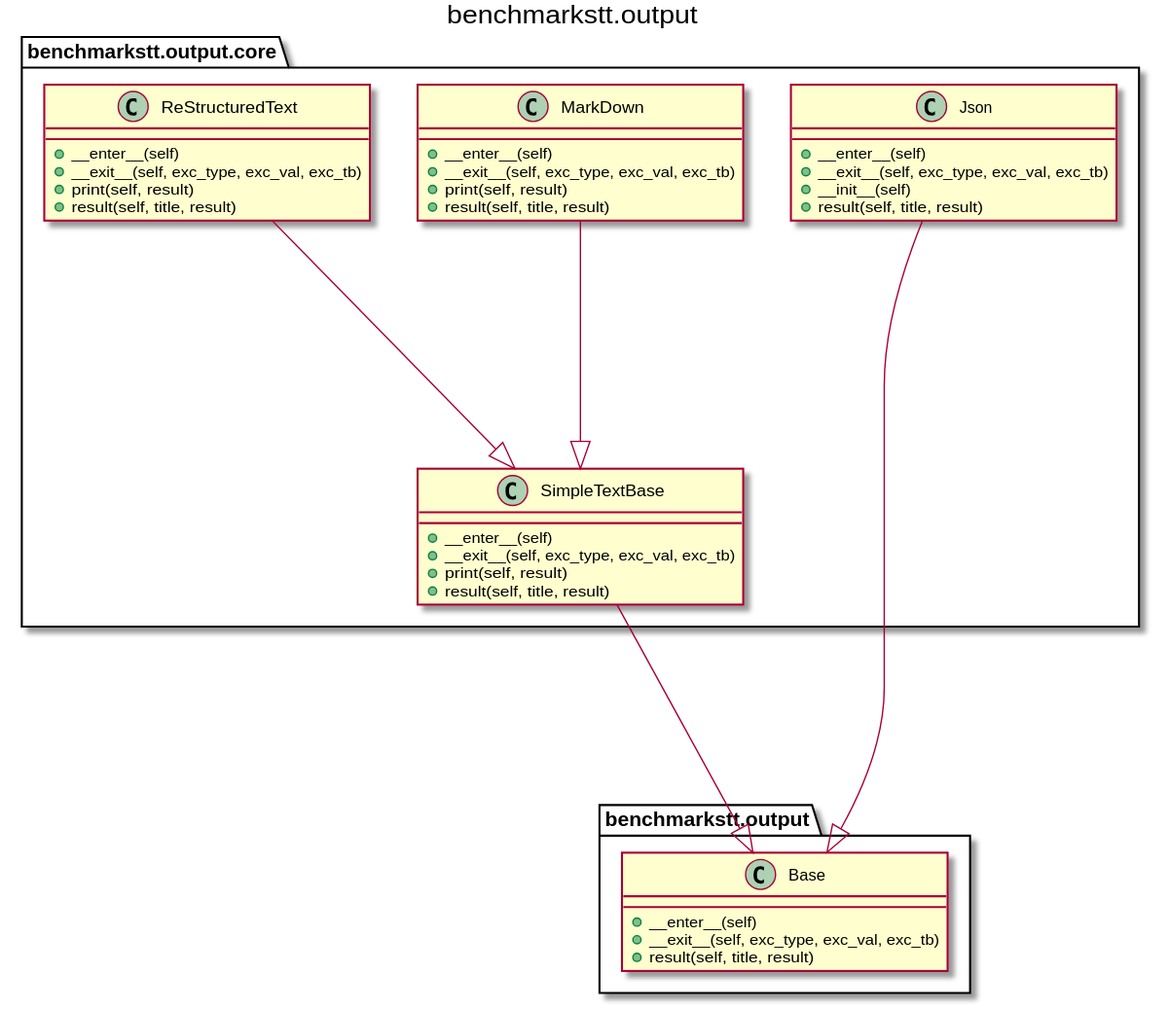
The PlantUML diagram docs/_static/uml/benchmarkstt.output.svg in ebu/benchmarkstt, before a commit.
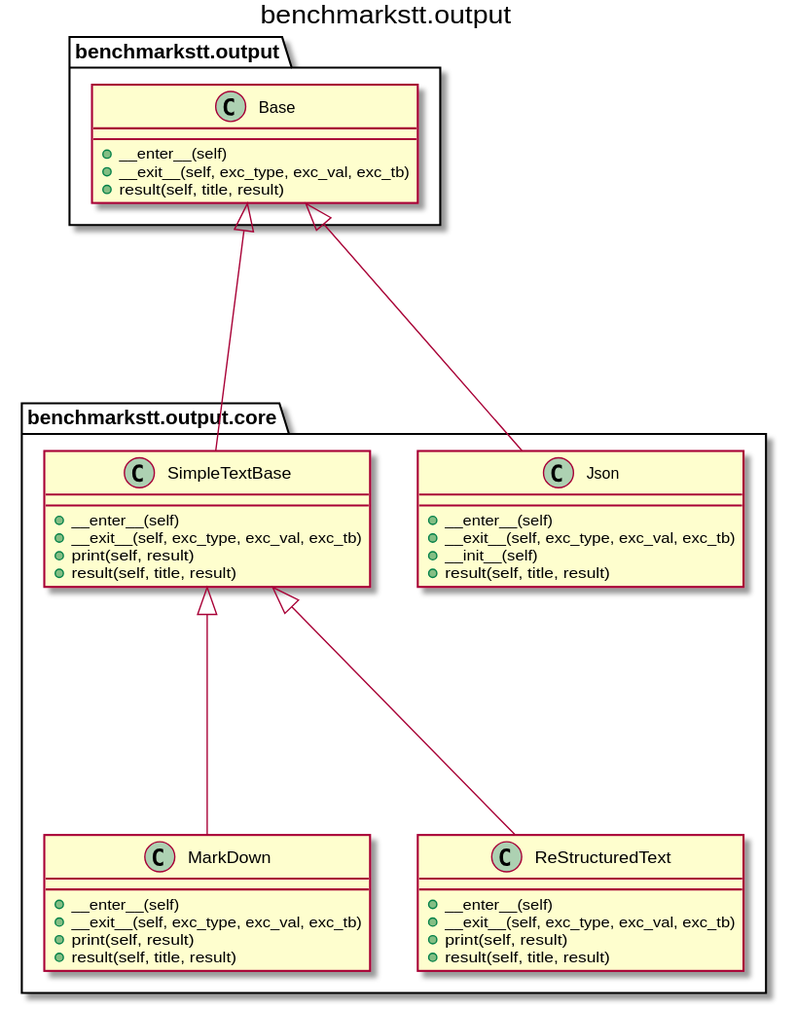
The same file after the commit.

The edit, as a diff of the source:
```diff
@@ -1,47 +1,59 @@
 @startuml
+
 title benchmarkstt.output
 
 package benchmarkstt.output {
 
 	class benchmarkstt.output.Base [[https://benchmarkstt.readthedocs.io/en/latest/modules/benchmarkstt.output.html#benchmarkstt.output.Base]] {
-	+__enter__(self)
-	+__exit__(self, exc_type, exc_val, exc_tb)
-	+result(self, title, result)
+		+__enter__(self)
+		+__exit__(self, exc_type, exc_val, exc_tb)
+		+result(self, title, result)
 	}
+
+
 }
+
 package benchmarkstt.output.core {
 
 	class benchmarkstt.output.core.Json [[https://benchmarkstt.readthedocs.io/en/latest/modules/benchmarkstt.output.core.html#benchmarkstt.output.core.Json]] {
-	+__enter__(self)
-	+__exit__(self, exc_type, exc_val, exc_tb)
-	+__init__(self)
-	+result(self, title, result)
+		+__enter__(self)
+		+__exit__(self, exc_type, exc_val, exc_tb)
+		+__init__(self)
+		+result(self, title, result)
 	}
 
+
 	class benchmarkstt.output.core.MarkDown [[https://benchmarkstt.readthedocs.io/en/latest/modules/benchmarkstt.output.core.html#benchmarkstt.output.core.MarkDown]] {
-	+__enter__(self)
-	+__exit__(self, exc_type, exc_val, exc_tb)
-	+print(self, result)
-	+result(self, title, result)
+		+__enter__(self)
+		+__exit__(self, exc_type, exc_val, exc_tb)
+		+print(self, result)
+		+result(self, title, result)
 	}
 
+
+
 	class benchmarkstt.output.core.ReStructuredText [[https://benchmarkstt.readthedocs.io/en/latest/modules/benchmarkstt.output.core.html#benchmarkstt.output.core.ReStructuredText]] {
-	+__enter__(self)
-	+__exit__(self, exc_type, exc_val, exc_tb)
-	+print(self, result)
-	+result(self, title, result)
+		+__enter__(self)
+		+__exit__(self, exc_type, exc_val, exc_tb)
+		+print(self, result)
+		+result(self, title, result)
 	}
 
+
+
 	class benchmarkstt.output.core.SimpleTextBase [[https://benchmarkstt.readthedocs.io/en/latest/modules/benchmarkstt.output.core.html#benchmarkstt.output.core.SimpleTextBase]] {
-	+__enter__(self)
-	+__exit__(self, exc_type, exc_val, exc_tb)
-	+print(self, result)
-	+result(self, title, result)
+		+__enter__(self)
+		+__exit__(self, exc_type, exc_val, exc_tb)
+		+print(self, result)
+		+result(self, title, result)
 	}
+
 }
 
-benchmarkstt.output.core.Json ----|> benchmarkstt.output.Base
-benchmarkstt.output.core.MarkDown ----|> benchmarkstt.output.core.SimpleTextBase
-benchmarkstt.output.core.ReStructuredText ----|> benchmarkstt.output.core.SimpleTextBase
-benchmarkstt.output.core.SimpleTextBase ----|> benchmarkstt.output.Base
+
+benchmarkstt.output.core.Json --up--|> benchmarkstt.output.Base
+benchmarkstt.output.core.MarkDown --up--|> benchmarkstt.output.core.SimpleTextBase
+benchmarkstt.output.core.ReStructuredText --up--|> benchmarkstt.output.core.SimpleTextBase
+benchmarkstt.output.core.SimpleTextBase --up--|> benchmarkstt.output.Base
+
 @enduml
```
